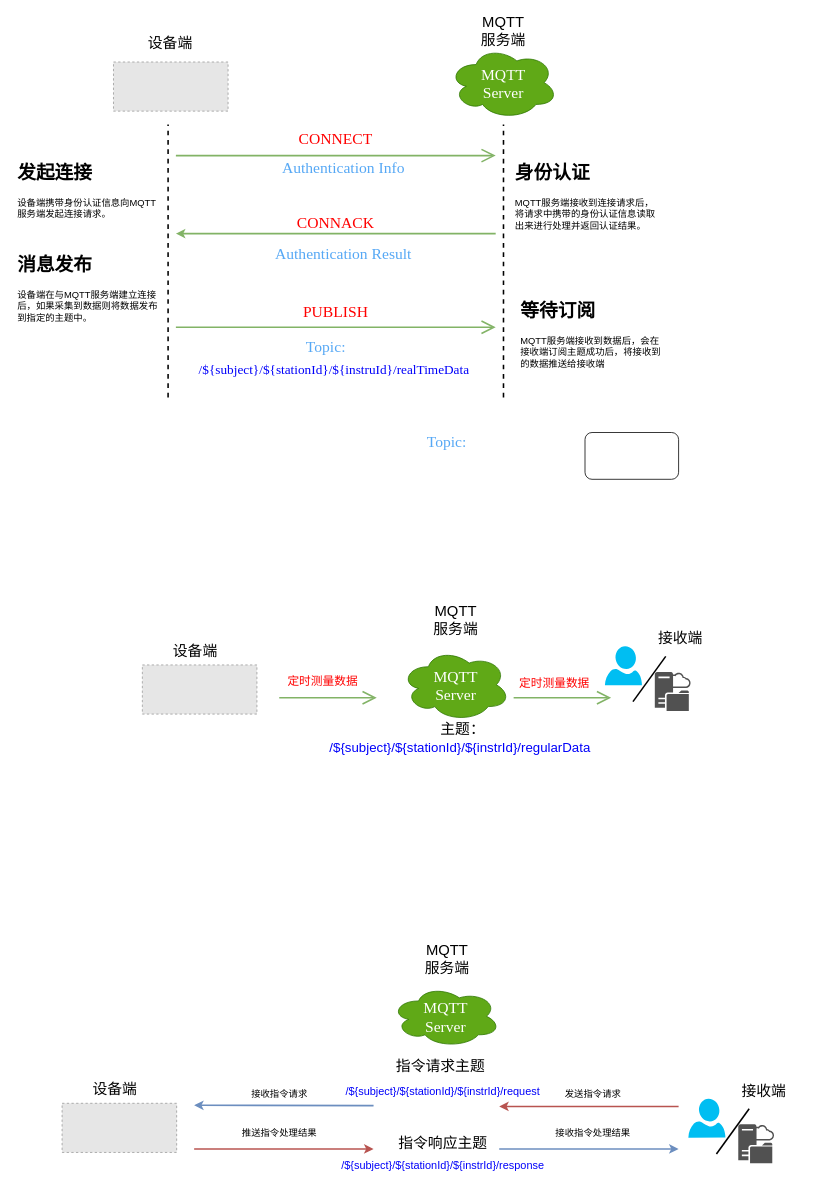
Above: page "第 1 页" (1 of 7) of drawio/mqtt-auth.drawio in raingnight/Blog_Pic (draw.io), before the change. Source tidied: cells renumbered, new cells numbered last; positions are measured from the earlier drawing's top-left corner, leaving out a move shared by most shapes. Both pictures are drawn from the tidied source at 78%, with x=0, y=0 at pixel (13, 20). Pictures stored in the file or linked from it are replaced by grey dashed boxes.
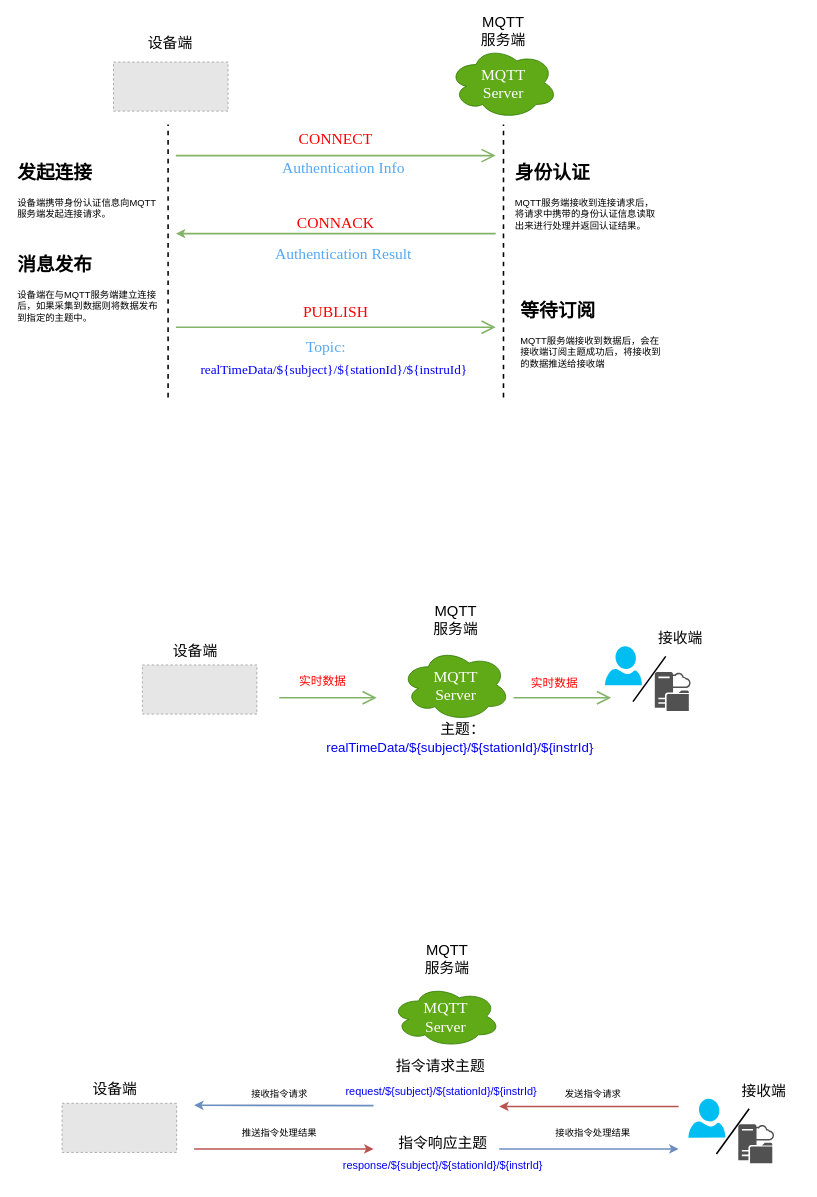
The same page after the edit.

The edit, as a diff of the source:
```diff
@@
-    <mxCell id="17" value="&lt;p class=&quot;MsoNormal&quot;&gt;&lt;font style=&quot;font-size: 17px;&quot; face=&quot;Times New Roman&quot;&gt;/${subject}/${stationId}/${instruId}/realTimeData&lt;/font&gt;&lt;/p&gt;" style="text;html=1;strokeColor=none;fillColor=none;align=center;verticalAlign=middle;whiteSpace=wrap;rounded=0;fontSize=20;fontColor=#0000fa;" parent="1" vertex="1">
+    <mxCell id="17" value="&lt;font style=&quot;font-size: 17px;&quot;&gt;&lt;font style=&quot;font-size: 17px;&quot; face=&quot;Times New Roman&quot;&gt;realTimeData&lt;span style=&quot;background-color: initial;&quot;&gt;/&lt;/span&gt;&lt;/font&gt;&lt;span style=&quot;font-family: &amp;quot;Times New Roman&amp;quot;; background-color: initial;&quot;&gt;${&lt;/span&gt;&lt;/font&gt;&lt;span style=&quot;font-size: 17px; font-family: &amp;quot;Times New Roman&amp;quot;; background-color: initial;&quot;&gt;subject}/${stationId}/${instruId}&lt;/span&gt;" style="text;html=1;strokeColor=none;fillColor=none;align=center;verticalAlign=middle;whiteSpace=wrap;rounded=0;fontSize=20;fontColor=#0000fa;" parent="1" vertex="1">
       <mxGeometry x="209" y="433" width="403.5" height="30" as="geometry" />
     </mxCell>
@@
-    <mxCell id="27" value="&lt;div style=&quot;text-align: center; font-size: 15px;&quot;&gt;定时测量数据&lt;/div&gt;" style="text;whiteSpace=wrap;html=1;fontSize=15;fontFamily=Times New Roman;align=center;verticalAlign=middle;fontColor=#FF0000;labelBackgroundColor=default;" parent="1" vertex="1">
+    <mxCell id="27" value="&lt;div style=&quot;text-align: center; font-size: 15px;&quot;&gt;实时数据&lt;/div&gt;" style="text;whiteSpace=wrap;html=1;fontSize=15;fontFamily=Times New Roman;align=center;verticalAlign=middle;fontColor=#FF0000;labelBackgroundColor=default;" parent="1" vertex="1">
       <mxGeometry x="346" y="837" width="101" height="19" as="geometry" />
     </mxCell>
-    <mxCell id="28" value="Topic:&amp;nbsp;" style="text;html=1;strokeColor=none;fillColor=none;align=center;verticalAlign=middle;whiteSpace=wrap;rounded=0;fontSize=20;fontFamily=Times New Roman;labelBackgroundColor=default;fontColor=#56a8f5;" parent="1" vertex="1">
-      <mxGeometry x="526" y="525" width="64" height="30" as="geometry" />
-    </mxCell>
-    <mxCell id="29" style="rounded=1;whiteSpace=wrap;html=1;" parent="1" vertex="1">
-      <mxGeometry x="732.5" y="529" width="120" height="60" as="geometry" />
-    </mxCell>
-    <mxCell id="30" value="&lt;p class=&quot;MsoNormal&quot; style=&quot;font-size: 17px;&quot;&gt;/${subject}/${stationId}/${instrId}/regularData&lt;br&gt;&lt;/p&gt;" style="text;html=1;strokeColor=none;fillColor=none;align=center;verticalAlign=middle;whiteSpace=wrap;rounded=0;fontSize=17;fontColor=#0000fa;" parent="1" vertex="1">
+    <mxCell id="30" value="realTimeData&lt;span style=&quot;background-color: initial;&quot;&gt;/${subject}/${stationId}/${instrId}&lt;/span&gt;" style="text;html=1;strokeColor=none;fillColor=none;align=center;verticalAlign=middle;whiteSpace=wrap;rounded=0;fontSize=17;fontColor=#0000fa;" parent="1" vertex="1">
       <mxGeometry x="444" y="925" width="256.5" height="18" as="geometry" />
     </mxCell>
@@
-    <mxCell id="37" value="&lt;div style=&quot;text-align: center; font-size: 15px;&quot;&gt;定时测量数据&lt;/div&gt;" style="text;whiteSpace=wrap;html=1;fontSize=15;fontFamily=Times New Roman;align=center;verticalAlign=middle;fontColor=#FF0000;labelBackgroundColor=default;" parent="1" vertex="1">
+    <mxCell id="37" value="&lt;div style=&quot;text-align: center; font-size: 15px;&quot;&gt;实时数据&lt;/div&gt;" style="text;whiteSpace=wrap;html=1;fontSize=15;fontFamily=Times New Roman;align=center;verticalAlign=middle;fontColor=#FF0000;labelBackgroundColor=default;" parent="1" vertex="1">
       <mxGeometry x="643" y="840" width="101" height="19" as="geometry" />
     </mxCell>
@@
-    <mxCell id="42" value="&lt;p class=&quot;MsoNormal&quot; style=&quot;font-size: 14px;&quot;&gt;/${subject}/${stationId}/${instrId}/response&lt;br style=&quot;font-size: 14px;&quot;&gt;&lt;/p&gt;" style="text;html=1;strokeColor=none;fillColor=none;align=center;verticalAlign=middle;whiteSpace=wrap;rounded=0;fontSize=14;fontColor=#0000fa;" parent="1" vertex="1">
+    <mxCell id="42" value="response&lt;span style=&quot;background-color: initial;&quot;&gt;/${subject}/${stationId}/${instrId}&lt;/span&gt;" style="text;html=1;strokeColor=none;fillColor=none;align=center;verticalAlign=middle;whiteSpace=wrap;rounded=0;fontSize=14;fontColor=#0000fa;" parent="1" vertex="1">
       <mxGeometry x="422" y="1460" width="256.5" height="18" as="geometry" />
     </mxCell>
@@
-    <mxCell id="58" value="&lt;p class=&quot;MsoNormal&quot; style=&quot;font-size: 14px;&quot;&gt;&amp;nbsp;&lt;span style=&quot;font-size: 14px;&quot; lang=&quot;EN-US&quot;&gt;/${subject}/${stationId}/${instrId}/request&lt;/span&gt;&lt;br style=&quot;font-size: 14px;&quot;&gt;&lt;/p&gt;" style="text;html=1;strokeColor=none;fillColor=none;align=center;verticalAlign=middle;whiteSpace=wrap;rounded=0;fontSize=14;fontColor=#0000fa;fontStyle=0;fontFamily=Helvetica;" parent="1" vertex="1">
+    <mxCell id="58" value="request&lt;span style=&quot;background-color: initial;&quot;&gt;/${subject}/${stationId}/${instrId}&lt;/span&gt;" style="text;html=1;strokeColor=none;fillColor=none;align=center;verticalAlign=middle;whiteSpace=wrap;rounded=0;fontSize=14;fontColor=#0000fa;fontStyle=0;fontFamily=Helvetica;" parent="1" vertex="1">
       <mxGeometry x="419.6" y="1365" width="256.5" height="18" as="geometry" />
     </mxCell>
```
